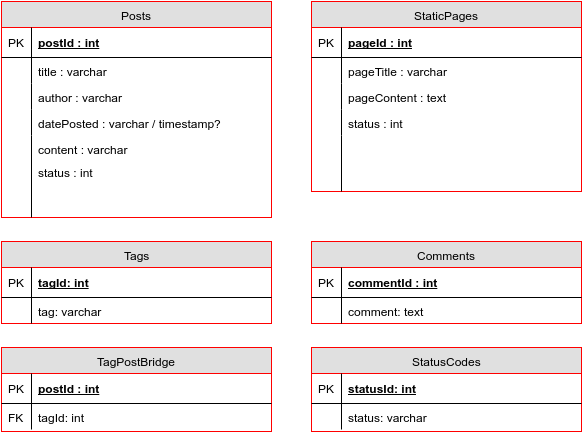
This is Diagrams/tables.png from zach1887/ClassProjects, a draw.io export, as it was before one commit. Source tidied: cells renumbered, new cells last; positions are measured from the earlier drawing's top-left corner, leaving out a move shared by most shapes. The source it was exported from:
```xml
<mxGraphModel background="#ffffff">
  <root>
    <mxCell id="0" />
    <mxCell id="1" parent="0" />
    <mxCell id="2" value="Posts" style="swimlane;html=1;fontStyle=0;horizontal=1;startSize=26;fillColor=#e0e0e0;swimlaneFillColor=#ffffff;align=center;strokeColor=#FF0000;" parent="1" vertex="1">
      <mxGeometry width="270" height="216" as="geometry" />
    </mxCell>
    <mxCell id="3" value="postId : int" style="shape=partialRectangle;top=0;left=0;right=0;bottom=1;html=1;align=left;verticalAlign=middle;fillColor=none;spacingLeft=34;spacingRight=4;whiteSpace=wrap;overflow=hidden;fontStyle=5;" parent="2" vertex="1">
      <mxGeometry y="26" width="270" height="30" as="geometry" />
    </mxCell>
    <mxCell id="4" value="PK" style="shape=partialRectangle;top=0;left=0;bottom=0;html=1;fillColor=none;align=left;verticalAlign=middle;spacingLeft=4;spacingRight=4;whiteSpace=wrap;overflow=hidden;" parent="3" vertex="1">
      <mxGeometry width="30" height="30" as="geometry" />
    </mxCell>
    <mxCell id="5" value="title : varchar" style="shape=partialRectangle;top=0;left=0;right=0;bottom=0;html=1;align=left;verticalAlign=top;fillColor=none;spacingLeft=34;spacingRight=4;whiteSpace=wrap;overflow=hidden;" parent="2" vertex="1">
      <mxGeometry y="56" width="270" height="26" as="geometry" />
    </mxCell>
    <mxCell id="6" style="shape=partialRectangle;top=0;left=0;bottom=0;html=1;fillColor=none;align=left;verticalAlign=top;spacingLeft=4;spacingRight=4;whiteSpace=wrap;overflow=hidden;" parent="5" vertex="1">
      <mxGeometry width="30" height="26" as="geometry" />
    </mxCell>
    <mxCell id="7" value="author : varchar" style="shape=partialRectangle;top=0;left=0;right=0;bottom=0;html=1;align=left;verticalAlign=top;fillColor=none;spacingLeft=34;spacingRight=4;whiteSpace=wrap;overflow=hidden;" parent="2" vertex="1">
      <mxGeometry y="82" width="270" height="26" as="geometry" />
    </mxCell>
    <mxCell id="8" style="shape=partialRectangle;top=0;left=0;bottom=0;html=1;fillColor=none;align=left;verticalAlign=top;spacingLeft=4;spacingRight=4;whiteSpace=wrap;overflow=hidden;" parent="7" vertex="1">
      <mxGeometry width="30" height="26" as="geometry" />
    </mxCell>
    <mxCell id="9" value="datePosted : varchar / timestamp?" style="shape=partialRectangle;top=0;left=0;right=0;bottom=0;html=1;align=left;verticalAlign=top;fillColor=none;spacingLeft=34;spacingRight=4;whiteSpace=wrap;overflow=hidden;" parent="2" vertex="1">
      <mxGeometry y="108" width="270" height="26" as="geometry" />
    </mxCell>
    <mxCell id="10" style="shape=partialRectangle;top=0;left=0;bottom=0;html=1;fillColor=none;align=left;verticalAlign=top;spacingLeft=4;spacingRight=4;whiteSpace=wrap;overflow=hidden;" parent="9" vertex="1">
      <mxGeometry width="30" height="26" as="geometry" />
    </mxCell>
    <mxCell id="11" value="content : varchar" style="shape=partialRectangle;top=0;left=0;right=0;bottom=0;html=1;align=left;verticalAlign=top;fillColor=none;spacingLeft=34;spacingRight=4;whiteSpace=wrap;overflow=hidden;" parent="2" vertex="1">
      <mxGeometry y="134" width="270" height="26" as="geometry" />
    </mxCell>
    <mxCell id="12" style="shape=partialRectangle;top=0;left=0;bottom=0;html=1;fillColor=none;align=left;verticalAlign=top;spacingLeft=4;spacingRight=4;whiteSpace=wrap;overflow=hidden;" parent="11" vertex="1">
      <mxGeometry width="30" height="26" as="geometry" />
    </mxCell>
    <mxCell id="13" style="shape=partialRectangle;top=0;left=0;right=0;bottom=0;html=1;align=left;verticalAlign=top;fillColor=none;spacingLeft=34;spacingRight=4;whiteSpace=wrap;overflow=hidden;" parent="2" vertex="1">
      <mxGeometry y="160" width="270" height="56" as="geometry" />
    </mxCell>
    <mxCell id="14" style="shape=partialRectangle;top=0;left=0;bottom=0;html=1;fillColor=none;align=left;verticalAlign=top;spacingLeft=4;spacingRight=4;whiteSpace=wrap;overflow=hidden;" parent="13" vertex="1">
      <mxGeometry width="30" height="56" as="geometry" />
    </mxCell>
    <mxCell id="15" value="status : int&amp;nbsp;" style="shape=partialRectangle;top=0;left=0;right=0;bottom=0;html=1;align=left;verticalAlign=top;fillColor=none;spacingLeft=34;spacingRight=4;whiteSpace=wrap;overflow=hidden;" parent="1" vertex="1">
      <mxGeometry y="157" width="160" height="26" as="geometry" />
    </mxCell>
    <mxCell id="16" style="shape=partialRectangle;top=0;left=0;bottom=0;html=1;fillColor=none;align=left;verticalAlign=top;spacingLeft=4;spacingRight=4;whiteSpace=wrap;overflow=hidden;" parent="15" vertex="1">
      <mxGeometry width="30" height="26" as="geometry" />
    </mxCell>
    <mxCell id="17" value="StaticPages" style="swimlane;html=1;fontStyle=0;horizontal=1;startSize=26;fillColor=#e0e0e0;swimlaneFillColor=#ffffff;align=center;strokeColor=#FF0000;" parent="1" vertex="1">
      <mxGeometry x="310" width="270" height="190" as="geometry" />
    </mxCell>
    <mxCell id="18" value="pageId : int" style="shape=partialRectangle;top=0;left=0;right=0;bottom=1;html=1;align=left;verticalAlign=middle;fillColor=none;spacingLeft=34;spacingRight=4;whiteSpace=wrap;overflow=hidden;fontStyle=5;" parent="17" vertex="1">
      <mxGeometry y="26" width="270" height="30" as="geometry" />
    </mxCell>
    <mxCell id="19" value="PK" style="shape=partialRectangle;top=0;left=0;bottom=0;html=1;fillColor=none;align=left;verticalAlign=middle;spacingLeft=4;spacingRight=4;whiteSpace=wrap;overflow=hidden;" parent="18" vertex="1">
      <mxGeometry width="30" height="30" as="geometry" />
    </mxCell>
    <mxCell id="20" value="pageTitle : varchar" style="shape=partialRectangle;top=0;left=0;right=0;bottom=0;html=1;align=left;verticalAlign=top;fillColor=none;spacingLeft=34;spacingRight=4;whiteSpace=wrap;overflow=hidden;" parent="17" vertex="1">
      <mxGeometry y="56" width="270" height="26" as="geometry" />
    </mxCell>
    <mxCell id="21" style="shape=partialRectangle;top=0;left=0;bottom=0;html=1;fillColor=none;align=left;verticalAlign=top;spacingLeft=4;spacingRight=4;whiteSpace=wrap;overflow=hidden;" parent="20" vertex="1">
      <mxGeometry width="30" height="26" as="geometry" />
    </mxCell>
    <mxCell id="22" value="pageContent : text" style="shape=partialRectangle;top=0;left=0;right=0;bottom=0;html=1;align=left;verticalAlign=top;fillColor=none;spacingLeft=34;spacingRight=4;whiteSpace=wrap;overflow=hidden;" parent="17" vertex="1">
      <mxGeometry y="82" width="270" height="26" as="geometry" />
    </mxCell>
    <mxCell id="23" style="shape=partialRectangle;top=0;left=0;bottom=0;html=1;fillColor=none;align=left;verticalAlign=top;spacingLeft=4;spacingRight=4;whiteSpace=wrap;overflow=hidden;" parent="22" vertex="1">
      <mxGeometry width="30" height="26" as="geometry" />
    </mxCell>
    <mxCell id="24" value="status : int" style="shape=partialRectangle;top=0;left=0;right=0;bottom=0;html=1;align=left;verticalAlign=top;fillColor=none;spacingLeft=34;spacingRight=4;whiteSpace=wrap;overflow=hidden;" parent="17" vertex="1">
      <mxGeometry y="108" width="270" height="26" as="geometry" />
    </mxCell>
    <mxCell id="25" style="shape=partialRectangle;top=0;left=0;bottom=0;html=1;fillColor=none;align=left;verticalAlign=top;spacingLeft=4;spacingRight=4;whiteSpace=wrap;overflow=hidden;" parent="24" vertex="1">
      <mxGeometry width="30" height="26" as="geometry" />
    </mxCell>
    <mxCell id="26" style="shape=partialRectangle;top=0;left=0;right=0;bottom=0;html=1;align=left;verticalAlign=top;fillColor=none;spacingLeft=34;spacingRight=4;whiteSpace=wrap;overflow=hidden;" parent="17" vertex="1">
      <mxGeometry y="134" width="270" height="56" as="geometry" />
    </mxCell>
    <mxCell id="27" style="shape=partialRectangle;top=0;left=0;bottom=0;html=1;fillColor=none;align=left;verticalAlign=top;spacingLeft=4;spacingRight=4;whiteSpace=wrap;overflow=hidden;" parent="26" vertex="1">
      <mxGeometry width="30" height="56" as="geometry" />
    </mxCell>
    <mxCell id="28" value="Tags" style="swimlane;html=1;fontStyle=0;horizontal=1;startSize=26;fillColor=#e0e0e0;swimlaneFillColor=#ffffff;align=center;strokeColor=#FF0000;" parent="1" vertex="1">
      <mxGeometry y="240" width="270" height="82" as="geometry" />
    </mxCell>
    <mxCell id="29" value="tagId: int" style="shape=partialRectangle;top=0;left=0;right=0;bottom=1;html=1;align=left;verticalAlign=middle;fillColor=none;spacingLeft=34;spacingRight=4;whiteSpace=wrap;overflow=hidden;fontStyle=5;" parent="28" vertex="1">
      <mxGeometry y="26" width="270" height="30" as="geometry" />
    </mxCell>
    <mxCell id="30" value="PK" style="shape=partialRectangle;top=0;left=0;bottom=0;html=1;fillColor=none;align=left;verticalAlign=middle;spacingLeft=4;spacingRight=4;whiteSpace=wrap;overflow=hidden;" parent="29" vertex="1">
      <mxGeometry width="30" height="30" as="geometry" />
    </mxCell>
    <mxCell id="31" value="tag: varchar" style="shape=partialRectangle;top=0;left=0;right=0;bottom=0;html=1;align=left;verticalAlign=top;fillColor=none;spacingLeft=34;spacingRight=4;whiteSpace=wrap;overflow=hidden;" parent="28" vertex="1">
      <mxGeometry y="56" width="270" height="26" as="geometry" />
    </mxCell>
    <mxCell id="32" style="shape=partialRectangle;top=0;left=0;bottom=0;html=1;fillColor=none;align=left;verticalAlign=top;spacingLeft=4;spacingRight=4;whiteSpace=wrap;overflow=hidden;" parent="31" vertex="1">
      <mxGeometry width="30" height="26" as="geometry" />
    </mxCell>
    <mxCell id="33" value="Comments" style="swimlane;html=1;fontStyle=0;horizontal=1;startSize=26;fillColor=#e0e0e0;swimlaneFillColor=#ffffff;align=center;strokeColor=#FF0000;" parent="1" vertex="1">
      <mxGeometry x="310" y="240" width="270" height="82" as="geometry" />
    </mxCell>
    <mxCell id="34" value="commentId : int" style="shape=partialRectangle;top=0;left=0;right=0;bottom=1;html=1;align=left;verticalAlign=middle;fillColor=none;spacingLeft=34;spacingRight=4;whiteSpace=wrap;overflow=hidden;fontStyle=5;" parent="33" vertex="1">
      <mxGeometry y="26" width="270" height="30" as="geometry" />
    </mxCell>
    <mxCell id="35" value="PK" style="shape=partialRectangle;top=0;left=0;bottom=0;html=1;fillColor=none;align=left;verticalAlign=middle;spacingLeft=4;spacingRight=4;whiteSpace=wrap;overflow=hidden;" parent="34" vertex="1">
      <mxGeometry width="30" height="30" as="geometry" />
    </mxCell>
    <mxCell id="36" value="comment: text" style="shape=partialRectangle;top=0;left=0;right=0;bottom=0;html=1;align=left;verticalAlign=top;fillColor=none;spacingLeft=34;spacingRight=4;whiteSpace=wrap;overflow=hidden;" parent="33" vertex="1">
      <mxGeometry y="56" width="270" height="26" as="geometry" />
    </mxCell>
    <mxCell id="37" style="shape=partialRectangle;top=0;left=0;bottom=0;html=1;fillColor=none;align=left;verticalAlign=top;spacingLeft=4;spacingRight=4;whiteSpace=wrap;overflow=hidden;" parent="36" vertex="1">
      <mxGeometry width="30" height="26" as="geometry" />
    </mxCell>
    <mxCell id="38" value="TagPostBridge" style="swimlane;html=1;fontStyle=0;horizontal=1;startSize=26;fillColor=#e0e0e0;swimlaneFillColor=#ffffff;align=center;strokeColor=#FF0000;" parent="1" vertex="1">
      <mxGeometry y="346" width="270" height="84" as="geometry" />
    </mxCell>
    <mxCell id="39" value="postId : int" style="shape=partialRectangle;top=0;left=0;right=0;bottom=1;html=1;align=left;verticalAlign=middle;fillColor=none;spacingLeft=34;spacingRight=4;whiteSpace=wrap;overflow=hidden;fontStyle=5;" parent="38" vertex="1">
      <mxGeometry y="26" width="270" height="30" as="geometry" />
    </mxCell>
    <mxCell id="40" value="PK" style="shape=partialRectangle;top=0;left=0;bottom=0;html=1;fillColor=none;align=left;verticalAlign=middle;spacingLeft=4;spacingRight=4;whiteSpace=wrap;overflow=hidden;" parent="39" vertex="1">
      <mxGeometry width="30" height="30" as="geometry" />
    </mxCell>
    <mxCell id="41" value="tagId: int" style="shape=partialRectangle;top=0;left=0;right=0;bottom=0;html=1;align=left;verticalAlign=top;fillColor=none;spacingLeft=34;spacingRight=4;whiteSpace=wrap;overflow=hidden;" parent="38" vertex="1">
      <mxGeometry y="56" width="270" height="26" as="geometry" />
    </mxCell>
    <mxCell id="42" value="FK" style="shape=partialRectangle;top=0;left=0;bottom=0;html=1;fillColor=none;align=left;verticalAlign=top;spacingLeft=4;spacingRight=4;whiteSpace=wrap;overflow=hidden;" parent="41" vertex="1">
      <mxGeometry width="30" height="26" as="geometry" />
    </mxCell>
    <mxCell id="43" value="StatusCodes" style="swimlane;html=1;fontStyle=0;horizontal=1;startSize=26;fillColor=#e0e0e0;swimlaneFillColor=#ffffff;align=center;strokeColor=#FF0000;" parent="1" vertex="1">
      <mxGeometry x="310" y="346" width="270" height="84" as="geometry" />
    </mxCell>
    <mxCell id="44" value="statusId: int" style="shape=partialRectangle;top=0;left=0;right=0;bottom=1;html=1;align=left;verticalAlign=middle;fillColor=none;spacingLeft=34;spacingRight=4;whiteSpace=wrap;overflow=hidden;fontStyle=5;" parent="43" vertex="1">
      <mxGeometry y="26" width="270" height="30" as="geometry" />
    </mxCell>
    <mxCell id="45" value="PK" style="shape=partialRectangle;top=0;left=0;bottom=0;html=1;fillColor=none;align=left;verticalAlign=middle;spacingLeft=4;spacingRight=4;whiteSpace=wrap;overflow=hidden;" parent="44" vertex="1">
      <mxGeometry width="30" height="30" as="geometry" />
    </mxCell>
    <mxCell id="46" value="status: varchar" style="shape=partialRectangle;top=0;left=0;right=0;bottom=0;html=1;align=left;verticalAlign=top;fillColor=none;spacingLeft=34;spacingRight=4;whiteSpace=wrap;overflow=hidden;" parent="43" vertex="1">
      <mxGeometry y="56" width="270" height="26" as="geometry" />
    </mxCell>
    <mxCell id="47" style="shape=partialRectangle;top=0;left=0;bottom=0;html=1;fillColor=none;align=left;verticalAlign=top;spacingLeft=4;spacingRight=4;whiteSpace=wrap;overflow=hidden;" parent="46" vertex="1">
      <mxGeometry width="30" height="26" as="geometry" />
    </mxCell>
  </root>
</mxGraphModel>
```
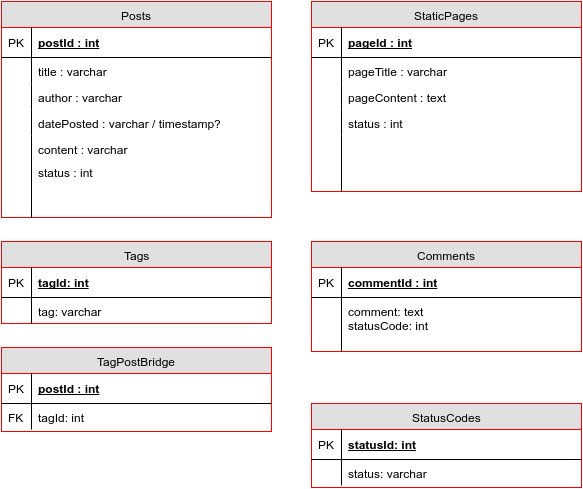
After the commit.

Commit message:
updated diagrams with endpoints, still need search

Change to the diagram source:
```diff
@@ -96,7 +96,7 @@
       <mxGeometry width="30" height="26" as="geometry" />
     </mxCell>
     <mxCell id="33" value="Comments" style="swimlane;html=1;fontStyle=0;horizontal=1;startSize=26;fillColor=#e0e0e0;swimlaneFillColor=#ffffff;align=center;strokeColor=#FF0000;" parent="1" vertex="1">
-      <mxGeometry x="310" y="240" width="270" height="82" as="geometry" />
+      <mxGeometry x="310" y="240" width="270" height="110" as="geometry" />
     </mxCell>
     <mxCell id="34" value="commentId : int" style="shape=partialRectangle;top=0;left=0;right=0;bottom=1;html=1;align=left;verticalAlign=middle;fillColor=none;spacingLeft=34;spacingRight=4;whiteSpace=wrap;overflow=hidden;fontStyle=5;" parent="33" vertex="1">
       <mxGeometry y="26" width="270" height="30" as="geometry" />
@@ -104,11 +104,11 @@
     <mxCell id="35" value="PK" style="shape=partialRectangle;top=0;left=0;bottom=0;html=1;fillColor=none;align=left;verticalAlign=middle;spacingLeft=4;spacingRight=4;whiteSpace=wrap;overflow=hidden;" parent="34" vertex="1">
       <mxGeometry width="30" height="30" as="geometry" />
     </mxCell>
-    <mxCell id="36" value="comment: text" style="shape=partialRectangle;top=0;left=0;right=0;bottom=0;html=1;align=left;verticalAlign=top;fillColor=none;spacingLeft=34;spacingRight=4;whiteSpace=wrap;overflow=hidden;" parent="33" vertex="1">
-      <mxGeometry y="56" width="270" height="26" as="geometry" />
+    <mxCell id="36" value="comment: text&lt;div&gt;statusCode: int&lt;/div&gt;" style="shape=partialRectangle;top=0;left=0;right=0;bottom=0;html=1;align=left;verticalAlign=top;fillColor=none;spacingLeft=34;spacingRight=4;whiteSpace=wrap;overflow=hidden;" parent="33" vertex="1">
+      <mxGeometry y="56" width="270" height="54" as="geometry" />
     </mxCell>
     <mxCell id="37" style="shape=partialRectangle;top=0;left=0;bottom=0;html=1;fillColor=none;align=left;verticalAlign=top;spacingLeft=4;spacingRight=4;whiteSpace=wrap;overflow=hidden;" parent="36" vertex="1">
-      <mxGeometry width="30" height="26" as="geometry" />
+      <mxGeometry width="30" height="54" as="geometry" />
     </mxCell>
     <mxCell id="38" value="TagPostBridge" style="swimlane;html=1;fontStyle=0;horizontal=1;startSize=26;fillColor=#e0e0e0;swimlaneFillColor=#ffffff;align=center;strokeColor=#FF0000;" parent="1" vertex="1">
       <mxGeometry y="346" width="270" height="84" as="geometry" />
@@ -126,7 +126,7 @@
       <mxGeometry width="30" height="26" as="geometry" />
     </mxCell>
     <mxCell id="43" value="StatusCodes" style="swimlane;html=1;fontStyle=0;horizontal=1;startSize=26;fillColor=#e0e0e0;swimlaneFillColor=#ffffff;align=center;strokeColor=#FF0000;" parent="1" vertex="1">
-      <mxGeometry x="310" y="346" width="270" height="84" as="geometry" />
+      <mxGeometry x="310" y="402" width="270" height="84" as="geometry" />
     </mxCell>
     <mxCell id="44" value="statusId: int" style="shape=partialRectangle;top=0;left=0;right=0;bottom=1;html=1;align=left;verticalAlign=middle;fillColor=none;spacingLeft=34;spacingRight=4;whiteSpace=wrap;overflow=hidden;fontStyle=5;" parent="43" vertex="1">
       <mxGeometry y="26" width="270" height="30" as="geometry" />
```
